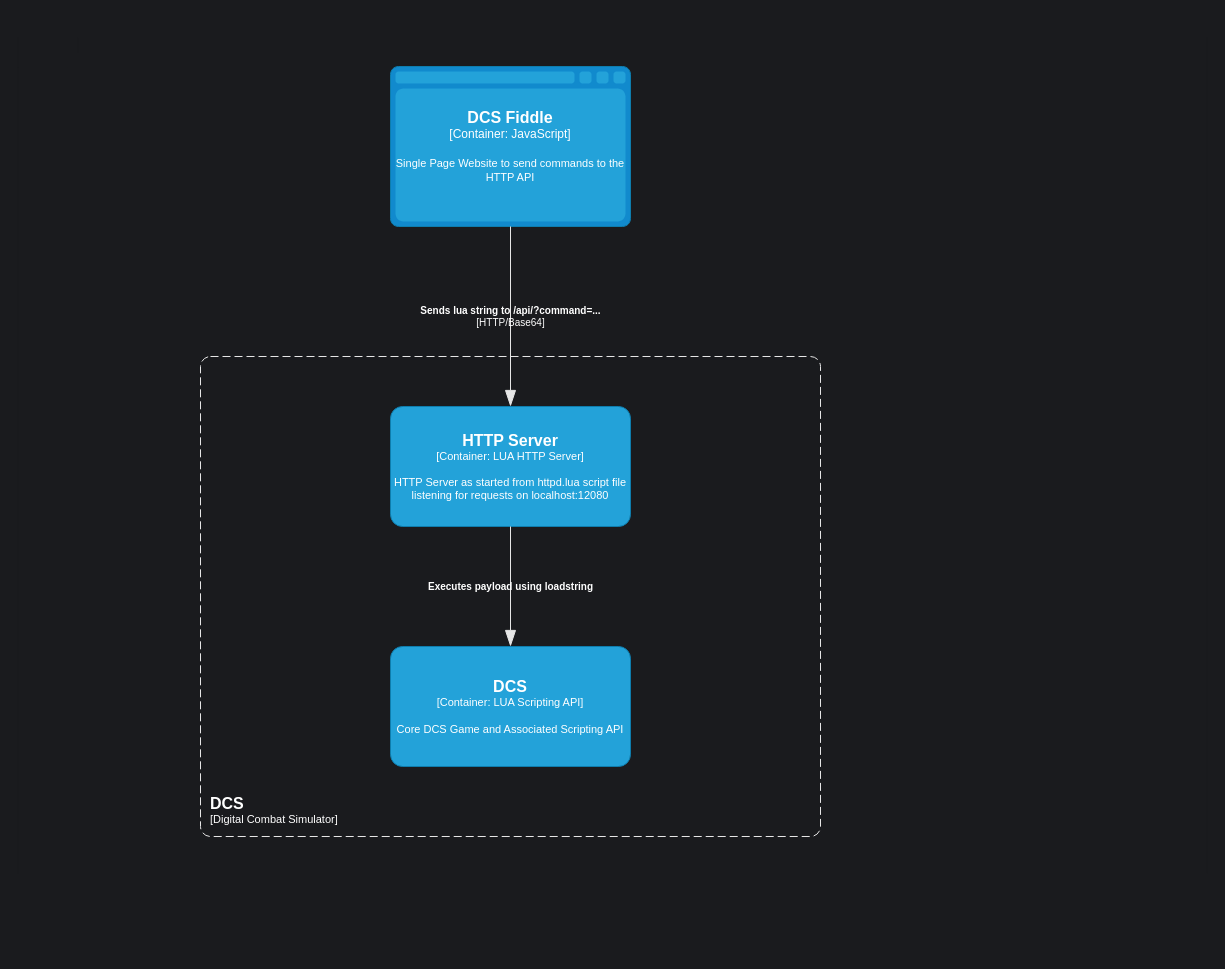
Before: c4.drawio in JonathanTurnock/dcsfiddle, a draw.io diagram. Source tidied: cells renumbered, new cells numbered last; positions are measured from the earlier drawing's top-left corner, leaving out a move shared by most shapes. Both pictures are drawn from the tidied source at 100%, with x=0, y=0 at pixel (17, 37).
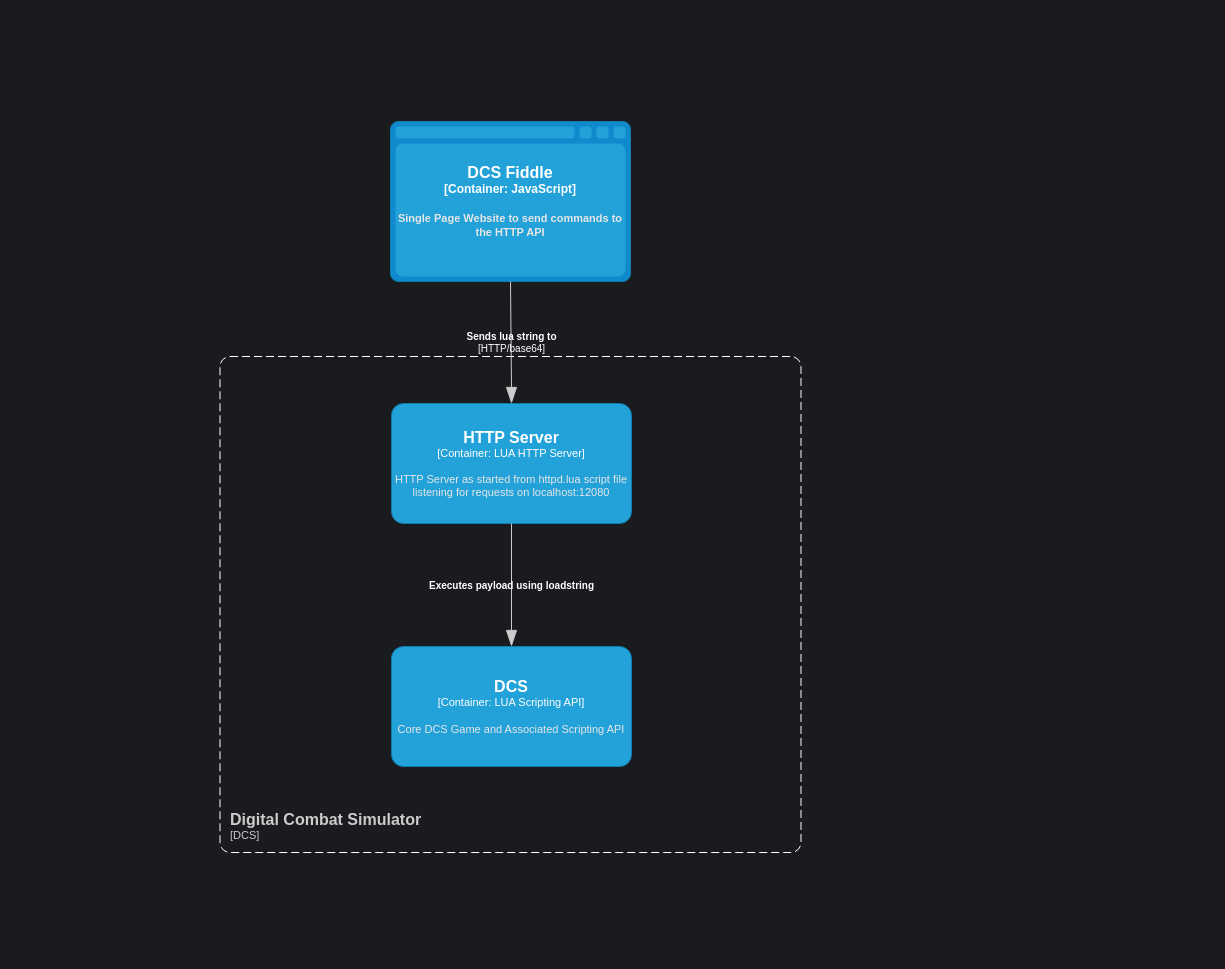
After the change.

Diff of the diagram source:
```diff
@@
 <mxGraphModel background="#1A1B1E">
   <root>
     <mxCell id="0" />
     <mxCell id="1" parent="0" />
+    <mxCell id="9" style="rounded=1;whiteSpace=wrap;html=1;strokeColor=none;fillColor=none;" parent="1" vertex="1">
+      <mxGeometry x="22" y="-20" width="1152" height="935" as="geometry" />
+    </mxCell>
-    <object id="2" label="&lt;font style=&quot;font-size: 16px&quot;&gt;&lt;b&gt;%c4Type%&lt;/b&gt;&lt;/font&gt;&lt;div&gt;[%c4Container%:&amp;nbsp;%c4Technology%]&lt;/div&gt;&lt;br&gt;&lt;div&gt;&lt;font style=&quot;font-size: 11px&quot;&gt;&lt;font&gt;%c4Description%&lt;/font&gt;&lt;/font&gt;&lt;/div&gt;" c4Container="Container" c4Description="Single Page Website to send commands to the HTTP API" c4Technology="JavaScript" c4Type="DCS Fiddle" placeholders="1">
-      <mxCell style="shape=mxgraph.c4.webBrowserContainer2;whiteSpace=wrap;html=1;boundedLbl=1;rounded=0;labelBackgroundColor=none;strokeColor=#118ACD;fillColor=#23A2D9;strokeColor=#118ACD;strokeColor2=#0E7DAD;fontSize=12;fontColor=#FFFFFF;align=center;points=[[0.5,0,0],[1,0.25,0],[1,0.5,0],[1,0.75,0],[0.5,1,0],[0,0.75,0],[0,0.5,0],[0,0.25,0]];strokeWidth=1;fontFamily=Avenir Next;" parent="1" vertex="1">
-        <mxGeometry x="373" y="29" width="240" height="160" as="geometry" />
+    <object id="2" label="&lt;font style=&quot;font-size: 16px&quot;&gt;&lt;b&gt;%c4Type%&lt;/font&gt;&lt;div&gt;[%c4Container%:&amp;nbsp;%c4Technology%]&lt;/div&gt;&lt;br&gt;&lt;div&gt;&lt;font style=&quot;font-size: 11px&quot;&gt;&lt;font color=&quot;#E6E6E6&quot;&gt;%c4Description%&lt;/font&gt;&lt;/div&gt;" c4Container="Container" c4Description="Single Page Website to send commands to the HTTP API" c4Technology="JavaScript" c4Type="DCS Fiddle" placeholders="1">
+      <mxCell style="shape=mxgraph.c4.webBrowserContainer;whiteSpace=wrap;html=1;boundedLbl=1;rounded=0;labelBackgroundColor=none;fillColor=#118ACD;fontSize=12;fontColor=#ffffff;align=center;strokeColor=#0E7DAD;points=[[0.5,0,0],[1,0.25,0],[1,0.5,0],[1,0.75,0],[0.5,1,0],[0,0.75,0],[0,0.5,0],[0,0.25,0]];" parent="1" vertex="1">
+        <mxGeometry x="373" y="84" width="240" height="160" as="geometry" />
       </mxCell>
     </object>
-    <object id="3" label="&lt;font style=&quot;font-size: 16px&quot;&gt;&lt;b&gt;&lt;div style=&quot;text-align: left&quot;&gt;%c4Name%&lt;/div&gt;&lt;/b&gt;&lt;/font&gt;&lt;div style=&quot;text-align: left&quot;&gt;[%c4Application%]&lt;/div&gt;" c4Application="Digital Combat Simulator" c4Name="DCS" placeholders="1">
-      <mxCell style="rounded=1;fontSize=11;whiteSpace=wrap;html=1;dashed=1;arcSize=20;fillColor=none;strokeColor=#E6E6E6;fontColor=#FFFFFF;labelBackgroundColor=none;align=left;verticalAlign=bottom;labelBorderColor=none;spacingTop=0;spacing=10;dashPattern=8 4;perimeter=rectanglePerimeter;labelPadding=0;absoluteArcSize=1;strokeWidth=1;fontFamily=Avenir Next;" parent="1" vertex="1">
-        <mxGeometry x="183" y="319" width="620" height="480" as="geometry" />
-      </mxCell>
-    </object>
-    <object id="4" label="&lt;font style=&quot;font-size: 16px&quot;&gt;&lt;b&gt;%c4Name%&lt;/b&gt;&lt;/font&gt;&lt;div&gt;[%c4Type%: %c4Technology%]&lt;/div&gt;&lt;br&gt;&lt;div&gt;&lt;font style=&quot;font-size: 11px&quot;&gt;&lt;font&gt;%c4Description%&lt;/font&gt;&lt;/font&gt;&lt;/div&gt;" c4Description="HTTP Server as started from httpd.lua script file listening for requests on localhost:12080" c4Name="HTTP Server" c4Technology="LUA HTTP Server" c4Type="Container" placeholders="1">
-      <mxCell style="rounded=1;whiteSpace=wrap;html=1;fontSize=11;labelBackgroundColor=none;fillColor=#23A2D9;fontColor=#FFFFFF;align=center;arcSize=10;strokeColor=#0E7DAD;points=[[0.25,0,0],[0.5,0,0],[0.75,0,0],[1,0.25,0],[1,0.5,0],[1,0.75,0],[0.75,1,0],[0.5,1,0],[0.25,1,0],[0,0.75,0],[0,0.5,0],[0,0.25,0]];strokeWidth=1;fontFamily=Avenir Next;" parent="1" vertex="1">
-        <mxGeometry x="373" y="369" width="240" height="120" as="geometry" />
+    <object id="4" label="&lt;font style=&quot;font-size: 16px&quot;&gt;&lt;b&gt;%c4Name%&lt;/b&gt;&lt;/font&gt;&lt;div&gt;[%c4Type%: %c4Technology%]&lt;/div&gt;&lt;br&gt;&lt;div&gt;&lt;font style=&quot;font-size: 11px&quot;&gt;&lt;font color=&quot;#E6E6E6&quot;&gt;%c4Description%&lt;/font&gt;&lt;/div&gt;" c4Description="HTTP Server as started from httpd.lua script file listening for requests on localhost:12080" c4Name="HTTP Server" c4Technology="LUA HTTP Server" c4Type="Container" placeholders="1">
+      <mxCell style="rounded=1;whiteSpace=wrap;html=1;fontSize=11;labelBackgroundColor=none;fillColor=#23A2D9;fontColor=#ffffff;align=center;arcSize=10;strokeColor=#0E7DAD;points=[[0.25,0,0],[0.5,0,0],[0.75,0,0],[1,0.25,0],[1,0.5,0],[1,0.75,0],[0.75,1,0],[0.5,1,0],[0.25,1,0],[0,0.75,0],[0,0.5,0],[0,0.25,0]];" parent="1" vertex="1">
+        <mxGeometry x="374" y="366" width="240" height="120" as="geometry" />
       </mxCell>
     </object>
-    <object id="5" label="&lt;font style=&quot;font-size: 16px&quot;&gt;&lt;b&gt;%c4Name%&lt;/b&gt;&lt;/font&gt;&lt;div&gt;[%c4Type%: %c4Technology%]&lt;/div&gt;&lt;br&gt;&lt;div&gt;&lt;font style=&quot;font-size: 11px&quot;&gt;&lt;font&gt;%c4Description%&lt;/font&gt;&lt;/font&gt;&lt;/div&gt;" c4Description="Core DCS Game and Associated Scripting API" c4Name="DCS" c4Technology="LUA Scripting API" c4Type="Container" placeholders="1">
-      <mxCell style="rounded=1;whiteSpace=wrap;html=1;fontSize=11;labelBackgroundColor=none;fillColor=#23A2D9;fontColor=#FFFFFF;align=center;arcSize=10;strokeColor=#0E7DAD;points=[[0.25,0,0],[0.5,0,0],[0.75,0,0],[1,0.25,0],[1,0.5,0],[1,0.75,0],[0.75,1,0],[0.5,1,0],[0.25,1,0],[0,0.75,0],[0,0.5,0],[0,0.25,0]];strokeWidth=1;fontFamily=Avenir Next;" parent="1" vertex="1">
-        <mxGeometry x="373" y="609" width="240" height="120" as="geometry" />
+    <object id="5" label="&lt;font style=&quot;font-size: 16px&quot;&gt;&lt;b&gt;%c4Name%&lt;/b&gt;&lt;/font&gt;&lt;div&gt;[%c4Type%: %c4Technology%]&lt;/div&gt;&lt;br&gt;&lt;div&gt;&lt;font style=&quot;font-size: 11px&quot;&gt;&lt;font color=&quot;#E6E6E6&quot;&gt;%c4Description%&lt;/font&gt;&lt;/div&gt;" c4Description="Core DCS Game and Associated Scripting API" c4Name="DCS" c4Technology="LUA Scripting API" c4Type="Container" placeholders="1">
+      <mxCell style="rounded=1;whiteSpace=wrap;html=1;fontSize=11;labelBackgroundColor=none;fillColor=#23A2D9;fontColor=#ffffff;align=center;arcSize=10;strokeColor=#0E7DAD;points=[[0.25,0,0],[0.5,0,0],[0.75,0,0],[1,0.25,0],[1,0.5,0],[1,0.75,0],[0.75,1,0],[0.5,1,0],[0.25,1,0],[0,0.75,0],[0,0.5,0],[0,0.25,0]];" parent="1" vertex="1">
+        <mxGeometry x="374" y="609" width="240" height="120" as="geometry" />
       </mxCell>
     </object>
+    <object id="10" label="&lt;font style=&quot;font-size: 16px&quot;&gt;&lt;b&gt;&lt;div style=&quot;text-align: left&quot;&gt;%c4Name%&lt;/div&gt;&lt;/b&gt;&lt;/font&gt;&lt;div style=&quot;text-align: left&quot;&gt;[%c4Application%]&lt;/div&gt;" c4Application="DCS" c4Name="Digital Combat Simulator" placeholders="1">
+      <mxCell style="rounded=1;fontSize=11;whiteSpace=wrap;html=1;dashed=1;arcSize=20;fillColor=none;strokeColor=#FFFFFF;fontColor=#CCCCCC;labelBackgroundColor=none;align=left;verticalAlign=bottom;labelBorderColor=none;spacingTop=0;spacing=10;dashPattern=8 4;perimeter=rectanglePerimeter;labelPadding=0;absoluteArcSize=1;" parent="1" vertex="1">
+        <mxGeometry x="202.5" y="319" width="581" height="496" as="geometry" />
+      </mxCell>
+    </object>
+    <object id="7" label="&lt;div style=&quot;text-align: left&quot;&gt;&lt;div style=&quot;text-align: center&quot;&gt;&lt;b&gt;%c4Description%&lt;/b&gt;&lt;/div&gt;&lt;/div&gt;" c4Description="Executes payload using loadstring" placeholders="1">
+      <mxCell style="endArrow=blockThin;html=1;fontSize=10;fontColor=#FFFFFF;strokeWidth=1;endFill=1;strokeColor=#CCCCCC;elbow=vertical;endSize=14;startSize=14;jumpStyle=arc;jumpSize=16;rounded=0;edgeStyle=orthogonalEdgeStyle;entryX=0.5;entryY=0;entryDx=0;entryDy=0;entryPerimeter=0;labelBackgroundColor=none;" parent="1" edge="1" source="4" target="5">
+        <mxGeometry relative="1" as="geometry" />
+      </mxCell>
+    </object>
-    <object id="6" label="&lt;div style=&quot;text-align: left&quot;&gt;&lt;div style=&quot;text-align: center&quot;&gt;&lt;b&gt;%c4Description%&lt;/b&gt;&lt;/div&gt;&lt;div style=&quot;text-align: center&quot;&gt;[%c4Technology%]&lt;/div&gt;&lt;/div&gt;" c4Description="Sends lua string to /api/?command=..." c4Technology="HTTP/Base64" placeholders="1">
-      <mxCell style="endArrow=blockThin;html=1;fontSize=10;fontColor=#FFFFFF;strokeWidth=1;endFill=1;strokeColor=#E6E6E6;elbow=vertical;endSize=14;startSize=14;jumpStyle=arc;jumpSize=16;rounded=0;edgeStyle=orthogonalEdgeStyle;fontFamily=Avenir Next;fillColor=#C4CCDE;exitX=0.5;exitY=1;exitDx=0;exitDy=0;exitPerimeter=0;entryX=0.5;entryY=0;entryDx=0;entryDy=0;entryPerimeter=0;labelBackgroundColor=none;labelBorderColor=none;" parent="1" edge="1" source="2" target="4">
+    <object id="6" label="&lt;div style=&quot;text-align: left&quot;&gt;&lt;div style=&quot;text-align: center&quot;&gt;&lt;b&gt;%c4Description%&lt;/b&gt;&lt;/div&gt;&lt;div style=&quot;text-align: center&quot;&gt;[%c4Technology%]&lt;/div&gt;&lt;/div&gt;" c4Description="Sends lua string to" c4Technology="HTTP/base64" placeholders="1">
+      <mxCell style="endArrow=blockThin;html=1;fontSize=10;fontColor=#FFFFFF;strokeWidth=1;endFill=1;strokeColor=#CCCCCC;elbow=vertical;endSize=14;startSize=14;jumpStyle=arc;jumpSize=16;rounded=0;edgeStyle=orthogonalEdgeStyle;labelBackgroundColor=none;exitX=0.5;exitY=1;exitDx=0;exitDy=0;exitPerimeter=0;entryX=0.5;entryY=0;entryDx=0;entryDy=0;entryPerimeter=0;" parent="1" edge="1" source="2" target="4">
         <mxGeometry relative="1" as="geometry" />
       </mxCell>
     </object>
-    <object id="7" label="&lt;div style=&quot;text-align: left&quot;&gt;&lt;div style=&quot;text-align: center&quot;&gt;&lt;b&gt;%c4Description%&lt;/b&gt;&lt;/div&gt;&lt;/div&gt;" c4Description="Executes payload using loadstring" placeholders="1">
-      <mxCell style="endArrow=blockThin;html=1;fontSize=10;fontColor=#FFFFFF;strokeWidth=1;endFill=1;strokeColor=#E6E6E6;elbow=vertical;endSize=14;startSize=14;jumpStyle=arc;jumpSize=16;rounded=0;edgeStyle=orthogonalEdgeStyle;fontFamily=Avenir Next;fillColor=#C4CCDE;exitX=0.5;exitY=1;exitDx=0;exitDy=0;exitPerimeter=0;entryX=0.5;entryY=0;entryDx=0;entryDy=0;entryPerimeter=0;labelBackgroundColor=none;" parent="1" edge="1" source="4" target="5">
-        <mxGeometry relative="1" as="geometry" />
-      </mxCell>
-    </object>
-    <mxCell id="8" style="shape=umlFrame;whiteSpace=wrap;html=1;strokeColor=#1A1B1E;strokeWidth=1;fontFamily=Avenir Next;fontColor=#FFFFFF;fillColor=none;" parent="1" vertex="1">
-      <mxGeometry x="0.1" width="1189.8" height="836" as="geometry" />
-    </mxCell>
   </root>
 </mxGraphModel>
```
